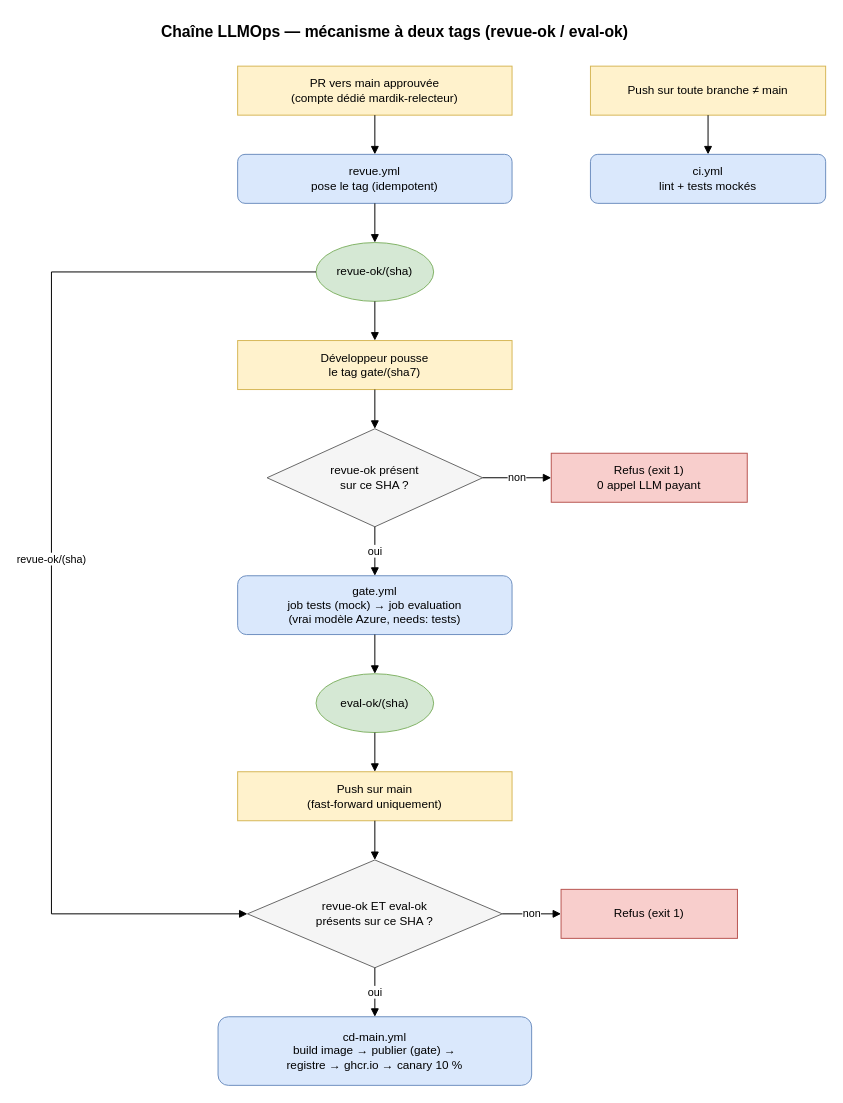
This is docs/img/chaine-llmops-deux-tags_reel.drawio from bybysker/mardik-api-mlops, a draw.io file, before an edit. Source tidied: cells renumbered, new cells numbered last; positions are measured from the earlier drawing's top-left corner, leaving out a move shared by most shapes. Both pictures are drawn from the tidied source at 98%, with x=0, y=0 at pixel (51, 17).
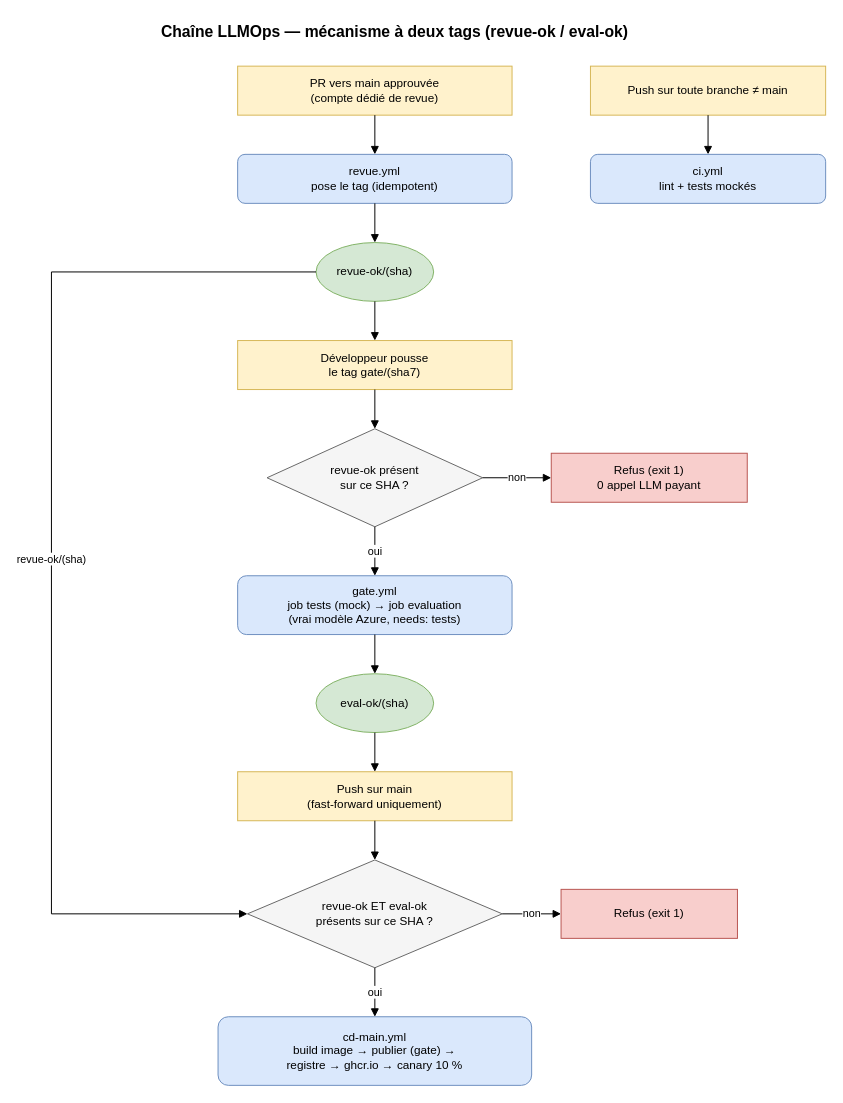
After the change.

Commit message (it also covers changes not shown here):
ci(revue): point the approval guard at the real reviewer account

Change to the diagram source:
```diff
@@
-    <mxCell id="6" value="PR vers main approuvée&#10;(compte dédié mardik-relecteur)" style="rounded=0;whiteSpace=wrap;html=1;fillColor=#fff2cc;strokeColor=#d6b656;" parent="1" vertex="1">
+    <mxCell id="6" value="PR vers main approuvée&#10;(compte dédié de revue)" style="rounded=0;whiteSpace=wrap;html=1;fillColor=#fff2cc;strokeColor=#d6b656;" parent="1" vertex="1">
       <mxGeometry x="190" y="50" width="280" height="50" as="geometry" />
     </mxCell>
```
